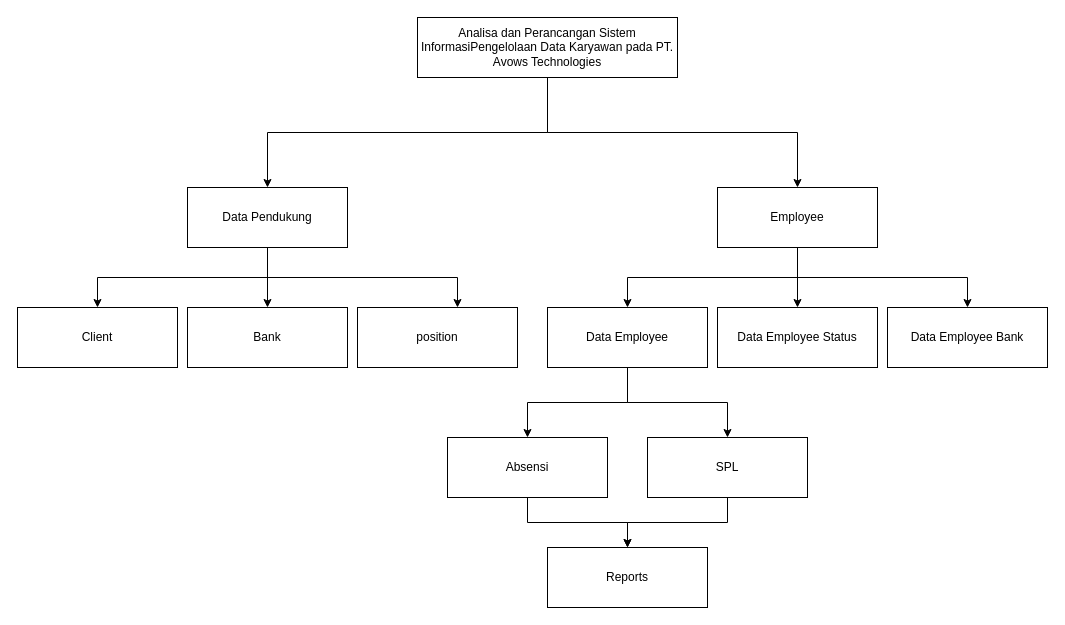
Before: page "Dekomposisi Fungsi Sistem Berjalan" (3 of 3) of diagram alir.drawio in w4hyud1/leni_karyawan, a draw.io diagram. Source tidied: cells renumbered, new cells numbered last; positions are measured from the earlier drawing's top-left corner, leaving out a move shared by most shapes. Both pictures are drawn from the tidied source at 100%, with x=0, y=0 at pixel (17, 17).
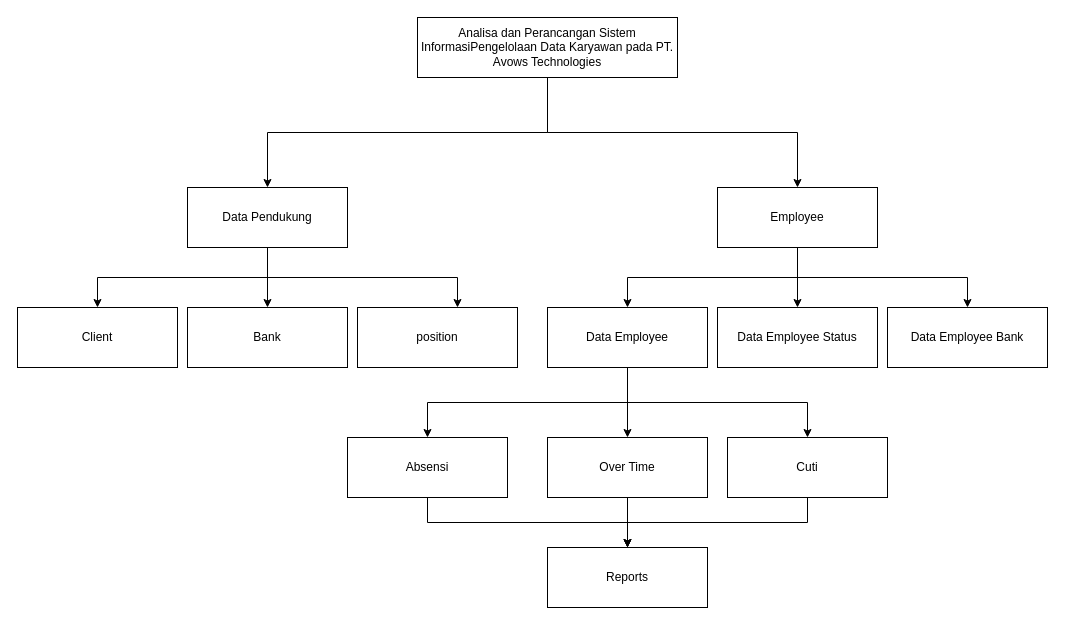
Above is the later version.

Unchanged cells that the change refers to:
```xml
<mxCell id="11" value="Data Employee" style="rounded=0;whiteSpace=wrap;html=1;" parent="1" vertex="1">
  <mxGeometry x="530" y="290" width="160" height="60" as="geometry" />
</mxCell>
<mxCell id="25" value="Reports" style="rounded=0;whiteSpace=wrap;html=1;" parent="1" vertex="1">
  <mxGeometry x="530" y="530" width="160" height="60" as="geometry" />
</mxCell>
```

Diff of the diagram source:
```diff
@@
+    <mxCell id="26" style="edgeStyle=orthogonalEdgeStyle;rounded=0;jettySize=auto;html=1;exitX=0.5;exitY=1;exitDx=0;exitDy=0;" parent="1" edge="1" source="11" target="28">
+      <mxGeometry relative="1" as="geometry" />
+    </mxCell>
@@
     <mxCell id="22" value="Absensi" style="rounded=0;whiteSpace=wrap;html=1;" parent="1" vertex="1">
-      <mxGeometry x="430" y="420" width="160" height="60" as="geometry" />
+      <mxGeometry x="330" y="420" width="160" height="60" as="geometry" />
     </mxCell>
@@
-    <mxCell id="24" value="SPL" style="rounded=0;whiteSpace=wrap;html=1;" parent="1" vertex="1">
-      <mxGeometry x="630" y="420" width="160" height="60" as="geometry" />
+    <mxCell id="24" value="Over Time" style="rounded=0;whiteSpace=wrap;html=1;" parent="1" vertex="1">
+      <mxGeometry x="530" y="420" width="160" height="60" as="geometry" />
     </mxCell>
@@
+    <mxCell id="27" style="edgeStyle=orthogonalEdgeStyle;rounded=0;jettySize=auto;html=1;exitX=0.5;exitY=1;exitDx=0;exitDy=0;entryX=0.5;entryY=0;entryDx=0;entryDy=0;" parent="1" edge="1" source="28" target="25">
+      <mxGeometry relative="1" as="geometry" />
+    </mxCell>
+    <mxCell id="28" value="Cuti" style="rounded=0;whiteSpace=wrap;html=1;" parent="1" vertex="1">
+      <mxGeometry x="710" y="420" width="160" height="60" as="geometry" />
+    </mxCell>
```
